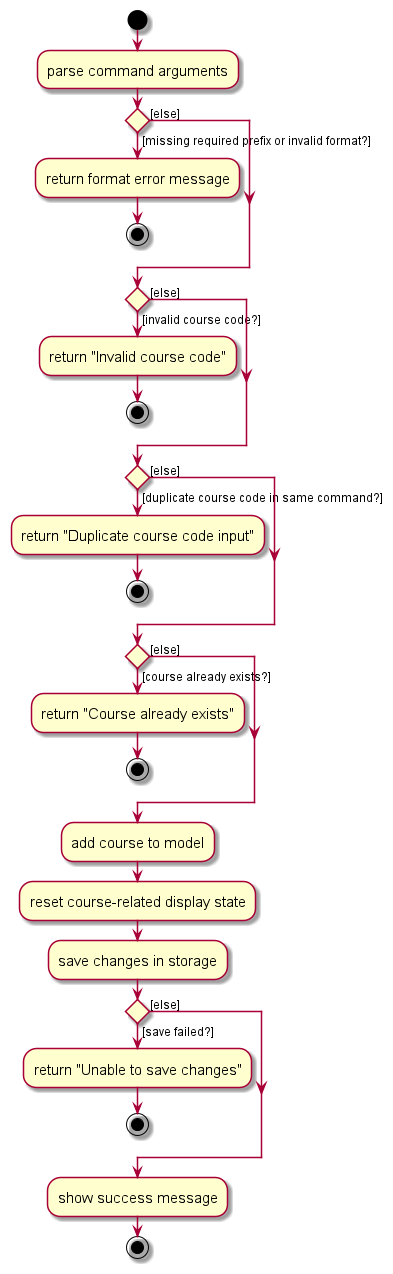
The PlantUML diagram docs/images/AddCourseActivityDiagram.png in NYHBenedict/tp, before a commit.
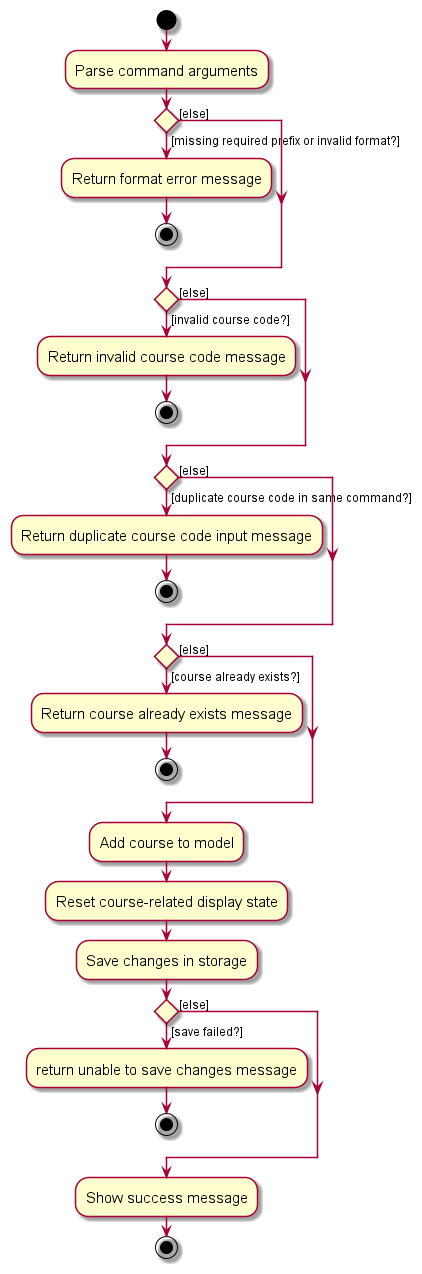
Later version of the same file.

Commit message:
Update addcourse activity diagram

Diff of the diagram source:
```diff
@@ -5,42 +5,42 @@
 
 
 start
-:parse command arguments;
+:Parse command arguments;
 
 if () then ([missing required prefix or invalid format?])
-    :return format error message;
+    :Return format error message;
     stop
 else ([else])
 endif
 
 if () then ([invalid course code?])
-    :return "Invalid course code";
+    :Return invalid course code message;
     stop
 else ([else])
 endif
 
 if () then ([duplicate course code in same command?])
-    :return "Duplicate course code input";
+    :Return duplicate course code input message;
     stop
 else ([else])
 endif
 
 if () then ([course already exists?])
-    :return "Course already exists";
+    :Return course already exists message;
     stop
 else ([else])
 endif
 
-:add course to model;
-:reset course-related display state;
-:save changes in storage;
+:Add course to model;
+:Reset course-related display state;
+:Save changes in storage;
 
 if () then ([save failed?])
-    :return "Unable to save changes";
+    :return unable to save changes message;
     stop
 else ([else])
 endif
 
-:show success message;
+:Show success message;
 stop
 @enduml
```
